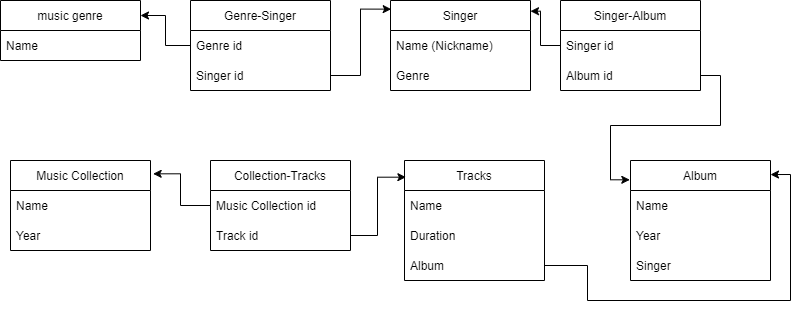
Earlier version of the draw.io export Database_Chart.png (Alex-Ul/Homework_Database). Source tidied: cells renumbered, new cells last; positions are measured from the earlier drawing's top-left corner, leaving out a move shared by most shapes.
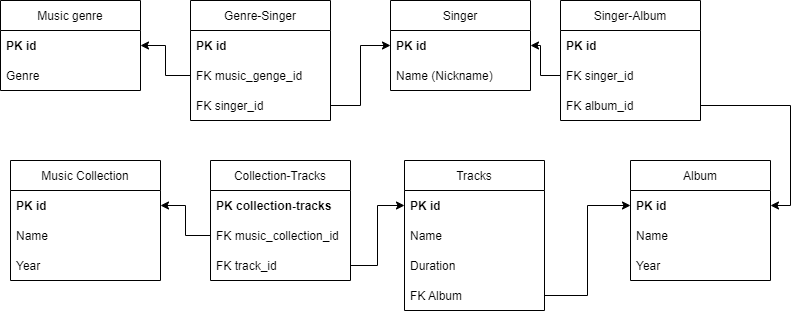
The same file after the commit.

Commit message:
Chart correction. Script added

Change to the diagram source:
```diff
@@ -5,98 +5,116 @@
     <mxCell id="2" value="Album" style="swimlane;fontStyle=0;horizontal=1;startSize=30;" parent="1" vertex="1">
       <mxGeometry x="630" y="160" width="140" height="120" as="geometry" />
     </mxCell>
-    <mxCell id="3" value="Name" style="text;strokeColor=none;fillColor=none;align=left;verticalAlign=middle;spacingLeft=4;spacingRight=4;overflow=hidden;points=[[0,0.5],[1,0.5]];portConstraint=eastwest;" parent="2" vertex="1">
+    <mxCell id="3" value="PK id" style="text;strokeColor=none;fillColor=none;align=left;verticalAlign=middle;spacingLeft=4;spacingRight=4;overflow=hidden;points=[[0,0.5],[1,0.5]];portConstraint=eastwest;fontStyle=1;" parent="2" vertex="1">
       <mxGeometry y="30" width="140" height="30" as="geometry" />
     </mxCell>
+    <mxCell id="34" value="Name" style="text;strokeColor=none;fillColor=none;align=left;verticalAlign=middle;spacingLeft=4;spacingRight=4;overflow=hidden;" parent="2" vertex="1">
+      <mxGeometry y="60" width="140" height="30" as="geometry" />
+    </mxCell>
     <mxCell id="4" value="Year" style="text;strokeColor=none;fillColor=none;align=left;verticalAlign=middle;spacingLeft=4;spacingRight=4;overflow=hidden;" parent="2" vertex="1">
-      <mxGeometry y="60" width="140" height="30" as="geometry" />
+      <mxGeometry y="90" width="140" height="30" as="geometry" />
     </mxCell>
-    <mxCell id="5" value="Singer" style="text;strokeColor=none;fillColor=none;align=left;verticalAlign=middle;spacingLeft=4;spacingRight=4;overflow=hidden;" parent="2" vertex="1">
-      <mxGeometry y="90" width="140" height="30" as="geometry" />
-    </mxCell>
-    <mxCell id="6" value="music genre" style="swimlane;fontStyle=0;horizontal=1;startSize=30;" parent="1" vertex="1">
-      <mxGeometry width="140" height="60" as="geometry" />
+    <mxCell id="6" value="Music genre" style="swimlane;fontStyle=0;horizontal=1;startSize=30;" parent="1" vertex="1">
+      <mxGeometry width="140" height="90" as="geometry" />
     </mxCell>
-    <mxCell id="7" value="Name" style="text;strokeColor=none;fillColor=none;align=left;verticalAlign=middle;spacingLeft=4;spacingRight=4;overflow=hidden;points=[[0,0.5],[1,0.5]];portConstraint=eastwest;" parent="6" vertex="1">
+    <mxCell id="7" value="PK id" style="text;strokeColor=none;fillColor=none;align=left;verticalAlign=middle;spacingLeft=4;spacingRight=4;overflow=hidden;points=[[0,0.5],[1,0.5]];portConstraint=eastwest;fontStyle=1;" parent="6" vertex="1">
       <mxGeometry y="30" width="140" height="30" as="geometry" />
     </mxCell>
+    <mxCell id="10" value="Genre" style="text;strokeColor=none;fillColor=none;align=left;verticalAlign=middle;spacingLeft=4;spacingRight=4;overflow=hidden;" parent="6" vertex="1">
+      <mxGeometry y="60" width="140" height="30" as="geometry" />
+    </mxCell>
     <mxCell id="8" value="Singer" style="swimlane;fontStyle=0;horizontal=1;startSize=30;" parent="1" vertex="1">
       <mxGeometry x="390" width="140" height="90" as="geometry" />
     </mxCell>
+    <mxCell id="35" value="PK id" style="text;strokeColor=none;fillColor=none;align=left;verticalAlign=middle;spacingLeft=4;spacingRight=4;overflow=hidden;points=[[0,0.5],[1,0.5]];portConstraint=eastwest;fontStyle=1;" parent="8" vertex="1">
+      <mxGeometry y="30" width="140" height="30" as="geometry" />
+    </mxCell>
     <mxCell id="9" value="Name (Nickname)" style="text;strokeColor=none;fillColor=none;align=left;verticalAlign=middle;spacingLeft=4;spacingRight=4;overflow=hidden;" parent="8" vertex="1">
-      <mxGeometry y="30" width="140" height="30" as="geometry" />
+      <mxGeometry y="60" width="140" height="30" as="geometry" />
     </mxCell>
-    <mxCell id="10" value="Genre" style="text;strokeColor=none;fillColor=none;align=left;verticalAlign=middle;spacingLeft=4;spacingRight=4;overflow=hidden;" parent="8" vertex="1">
-      <mxGeometry y="60" width="140" height="30" as="geometry" />
-    </mxCell>
     <mxCell id="11" value="Tracks" style="swimlane;fontStyle=0;horizontal=1;startSize=30;" parent="1" vertex="1">
-      <mxGeometry x="404" y="160" width="140" height="120" as="geometry" />
+      <mxGeometry x="404" y="160" width="140" height="150" as="geometry" />
     </mxCell>
-    <mxCell id="12" value="Name" style="text;strokeColor=none;fillColor=none;align=left;verticalAlign=middle;spacingLeft=4;spacingRight=4;overflow=hidden;points=[[0,0.5],[1,0.5]];portConstraint=eastwest;" parent="11" vertex="1">
+    <mxCell id="12" value="PK id" style="text;strokeColor=none;fillColor=none;align=left;verticalAlign=middle;spacingLeft=4;spacingRight=4;overflow=hidden;points=[[0,0.5],[1,0.5]];portConstraint=eastwest;fontStyle=1;" parent="11" vertex="1">
       <mxGeometry y="30" width="140" height="30" as="geometry" />
     </mxCell>
+    <mxCell id="36" value="Name" style="text;strokeColor=none;fillColor=none;align=left;verticalAlign=middle;spacingLeft=4;spacingRight=4;overflow=hidden;" parent="11" vertex="1">
+      <mxGeometry y="60" width="140" height="30" as="geometry" />
+    </mxCell>
     <mxCell id="13" value="Duration" style="text;strokeColor=none;fillColor=none;align=left;verticalAlign=middle;spacingLeft=4;spacingRight=4;overflow=hidden;" parent="11" vertex="1">
-      <mxGeometry y="60" width="140" height="30" as="geometry" />
+      <mxGeometry y="90" width="140" height="30" as="geometry" />
     </mxCell>
-    <mxCell id="14" value="Album" style="text;strokeColor=none;fillColor=none;align=left;verticalAlign=middle;spacingLeft=4;spacingRight=4;overflow=hidden;points=[[0,0.5],[1,0.5]];portConstraint=eastwest;" parent="11" vertex="1">
-      <mxGeometry y="90" width="140" height="30" as="geometry" />
+    <mxCell id="14" value="FK Album" style="text;strokeColor=none;fillColor=none;align=left;verticalAlign=middle;spacingLeft=4;spacingRight=4;overflow=hidden;points=[[0,0.5],[1,0.5]];portConstraint=eastwest;" parent="11" vertex="1">
+      <mxGeometry y="120" width="140" height="30" as="geometry" />
     </mxCell>
-    <mxCell id="15" style="edgeStyle=orthogonalEdgeStyle;rounded=0;jettySize=auto;html=1;entryX=1;entryY=0.117;entryDx=0;entryDy=0;entryPerimeter=0;" parent="1" edge="1" source="14" target="2">
-      <mxGeometry relative="1" as="geometry" />
-    </mxCell>
-    <mxCell id="16" style="edgeStyle=orthogonalEdgeStyle;rounded=0;jettySize=auto;html=1;entryX=1;entryY=0.25;entryDx=0;entryDy=0;" parent="1" edge="1" source="17" target="6">
-      <mxGeometry relative="1" as="geometry" />
-    </mxCell>
     <mxCell id="17" value="Genre-Singer" style="swimlane;fontStyle=0;horizontal=1;startSize=30;" parent="1" vertex="1">
-      <mxGeometry x="190" width="140" height="90" as="geometry" />
+      <mxGeometry x="190" width="140" height="120" as="geometry" />
     </mxCell>
+    <mxCell id="37" value="PK id" style="text;strokeColor=none;fillColor=none;align=left;verticalAlign=middle;spacingLeft=4;spacingRight=4;overflow=hidden;fontStyle=1;" parent="17" vertex="1">
+      <mxGeometry y="30" width="140" height="30" as="geometry" />
+    </mxCell>
-    <mxCell id="18" value="Genre id" style="text;strokeColor=none;fillColor=none;align=left;verticalAlign=middle;spacingLeft=4;spacingRight=4;overflow=hidden;points=[[0,0.5],[1,0.5]];portConstraint=eastwest;" parent="17" vertex="1">
-      <mxGeometry y="30" width="140" height="30" as="geometry" />
+    <mxCell id="18" value="FK music_genge_id" style="text;strokeColor=none;fillColor=none;align=left;verticalAlign=middle;spacingLeft=4;spacingRight=4;overflow=hidden;points=[[0,0.5],[1,0.5]];portConstraint=eastwest;" parent="17" vertex="1">
+      <mxGeometry y="60" width="140" height="30" as="geometry" />
     </mxCell>
-    <mxCell id="19" value="Singer id" style="text;strokeColor=none;fillColor=none;align=left;verticalAlign=middle;spacingLeft=4;spacingRight=4;overflow=hidden;points=[[0,0.5],[1,0.5]];portConstraint=eastwest;" parent="17" vertex="1">
-      <mxGeometry y="60" width="140" height="30" as="geometry" />
+    <mxCell id="19" value="FK singer_id" style="text;strokeColor=none;fillColor=none;align=left;verticalAlign=middle;spacingLeft=4;spacingRight=4;overflow=hidden;points=[[0,0.5],[1,0.5]];portConstraint=eastwest;" parent="17" vertex="1">
+      <mxGeometry y="90" width="140" height="30" as="geometry" />
     </mxCell>
-    <mxCell id="20" style="edgeStyle=orthogonalEdgeStyle;rounded=0;jettySize=auto;html=1;entryX=0.005;entryY=0.096;entryDx=0;entryDy=0;entryPerimeter=0;" parent="1" edge="1" source="19" target="8">
+    <mxCell id="20" style="edgeStyle=orthogonalEdgeStyle;rounded=0;jettySize=auto;html=1;entryX=0;entryY=0.5;entryDx=0;entryDy=0;" parent="1" edge="1" source="19" target="35">
       <mxGeometry relative="1" as="geometry" />
     </mxCell>
     <mxCell id="21" value="Singer-Album" style="swimlane;fontStyle=0;horizontal=1;startSize=30;" parent="1" vertex="1">
-      <mxGeometry x="560" width="140" height="90" as="geometry" />
+      <mxGeometry x="560" width="140" height="120" as="geometry" />
     </mxCell>
-    <mxCell id="22" value="Singer id" style="text;strokeColor=none;fillColor=none;align=left;verticalAlign=middle;spacingLeft=4;spacingRight=4;overflow=hidden;points=[[0,0.5],[1,0.5]];portConstraint=eastwest;" parent="21" vertex="1">
+    <mxCell id="22" value="PK id" style="text;strokeColor=none;fillColor=none;align=left;verticalAlign=middle;spacingLeft=4;spacingRight=4;overflow=hidden;points=[[0,0.5],[1,0.5]];portConstraint=eastwest;fontStyle=1;" parent="21" vertex="1">
       <mxGeometry y="30" width="140" height="30" as="geometry" />
     </mxCell>
+    <mxCell id="38" value="FK singer_id" style="text;strokeColor=none;fillColor=none;align=left;verticalAlign=middle;spacingLeft=4;spacingRight=4;overflow=hidden;points=[[0,0.5],[1,0.5]];portConstraint=eastwest;" parent="21" vertex="1">
+      <mxGeometry y="60" width="140" height="30" as="geometry" />
+    </mxCell>
-    <mxCell id="23" value="Album id" style="text;strokeColor=none;fillColor=none;align=left;verticalAlign=middle;spacingLeft=4;spacingRight=4;overflow=hidden;points=[[0,0.5],[1,0.5]];portConstraint=eastwest;" parent="21" vertex="1">
-      <mxGeometry y="60" width="140" height="30" as="geometry" />
+    <mxCell id="23" value="FK album_id" style="text;strokeColor=none;fillColor=none;align=left;verticalAlign=middle;spacingLeft=4;spacingRight=4;overflow=hidden;points=[[0,0.5],[1,0.5]];portConstraint=eastwest;" parent="21" vertex="1">
+      <mxGeometry y="90" width="140" height="30" as="geometry" />
     </mxCell>
-    <mxCell id="24" style="edgeStyle=orthogonalEdgeStyle;rounded=0;jettySize=auto;html=1;entryX=1;entryY=0.119;entryDx=0;entryDy=0;entryPerimeter=0;" parent="1" edge="1" source="22" target="8">
-      <mxGeometry relative="1" as="geometry" />
-    </mxCell>
-    <mxCell id="25" style="edgeStyle=orthogonalEdgeStyle;rounded=0;jettySize=auto;html=1;entryX=-0.005;entryY=0.161;entryDx=0;entryDy=0;entryPerimeter=0;" parent="1" edge="1" source="23" target="2">
-      <mxGeometry relative="1" as="geometry" />
-    </mxCell>
     <mxCell id="26" value="Music Collection" style="swimlane;fontStyle=0;horizontal=1;startSize=30;" parent="1" vertex="1">
-      <mxGeometry x="10" y="160" width="140" height="90" as="geometry" />
+      <mxGeometry x="10" y="160" width="150" height="120" as="geometry" />
     </mxCell>
-    <mxCell id="27" value="Name" style="text;strokeColor=none;fillColor=none;align=left;verticalAlign=middle;spacingLeft=4;spacingRight=4;overflow=hidden;points=[[0,0.5],[1,0.5]];portConstraint=eastwest;" parent="26" vertex="1">
-      <mxGeometry y="30" width="140" height="30" as="geometry" />
+    <mxCell id="27" value="PK id" style="text;strokeColor=none;fillColor=none;align=left;verticalAlign=middle;spacingLeft=4;spacingRight=4;overflow=hidden;points=[[0,0.5],[1,0.5]];portConstraint=eastwest;fontStyle=1;" parent="26" vertex="1">
+      <mxGeometry y="30" width="150" height="30" as="geometry" />
     </mxCell>
+    <mxCell id="39" value="Name" style="text;strokeColor=none;fillColor=none;align=left;verticalAlign=middle;spacingLeft=4;spacingRight=4;overflow=hidden;" parent="26" vertex="1">
+      <mxGeometry y="60" width="150" height="30" as="geometry" />
+    </mxCell>
     <mxCell id="28" value="Year" style="text;strokeColor=none;fillColor=none;align=left;verticalAlign=middle;spacingLeft=4;spacingRight=4;overflow=hidden;" parent="26" vertex="1">
-      <mxGeometry y="60" width="140" height="30" as="geometry" />
+      <mxGeometry y="90" width="150" height="30" as="geometry" />
     </mxCell>
     <mxCell id="29" value="Collection-Tracks" style="swimlane;fontStyle=0;horizontal=1;startSize=30;" parent="1" vertex="1">
-      <mxGeometry x="210" y="160" width="140" height="90" as="geometry" />
+      <mxGeometry x="210" y="160" width="140" height="120" as="geometry" />
     </mxCell>
-    <mxCell id="30" value="Music Collection id" style="text;strokeColor=none;fillColor=none;align=left;verticalAlign=middle;spacingLeft=4;spacingRight=4;overflow=hidden;points=[[0,0.5],[1,0.5]];portConstraint=eastwest;" parent="29" vertex="1">
+    <mxCell id="30" value="PK collection-tracks" style="text;strokeColor=none;fillColor=none;align=left;verticalAlign=middle;spacingLeft=4;spacingRight=4;overflow=hidden;points=[[0,0.5],[1,0.5]];portConstraint=eastwest;fontStyle=1;" parent="29" vertex="1">
       <mxGeometry y="30" width="140" height="30" as="geometry" />
     </mxCell>
+    <mxCell id="40" value="FK music_collection_id" style="text;strokeColor=none;fillColor=none;align=left;verticalAlign=middle;spacingLeft=4;spacingRight=4;overflow=hidden;points=[[0,0.5],[1,0.5]];portConstraint=eastwest;" parent="29" vertex="1">
+      <mxGeometry y="60" width="140" height="30" as="geometry" />
+    </mxCell>
-    <mxCell id="31" value="Track id" style="text;strokeColor=none;fillColor=none;align=left;verticalAlign=middle;spacingLeft=4;spacingRight=4;overflow=hidden;points=[[0,0.5],[1,0.5]];portConstraint=eastwest;" parent="29" vertex="1">
-      <mxGeometry y="60" width="140" height="30" as="geometry" />
+    <mxCell id="31" value="FK track_id" style="text;strokeColor=none;fillColor=none;align=left;verticalAlign=middle;spacingLeft=4;spacingRight=4;overflow=hidden;points=[[0,0.5],[1,0.5]];portConstraint=eastwest;" parent="29" vertex="1">
+      <mxGeometry y="90" width="140" height="30" as="geometry" />
     </mxCell>
-    <mxCell id="32" style="edgeStyle=orthogonalEdgeStyle;rounded=0;jettySize=auto;html=1;entryX=1.019;entryY=0.148;entryDx=0;entryDy=0;entryPerimeter=0;" parent="1" edge="1" source="30" target="26">
+    <mxCell id="32" style="edgeStyle=orthogonalEdgeStyle;rounded=0;jettySize=auto;html=1;entryX=1;entryY=0.5;entryDx=0;entryDy=0;exitX=0;exitY=0.5;exitDx=0;exitDy=0;" parent="1" edge="1" source="40" target="27">
       <mxGeometry relative="1" as="geometry" />
     </mxCell>
-    <mxCell id="33" style="edgeStyle=orthogonalEdgeStyle;rounded=0;jettySize=auto;html=1;entryX=0.01;entryY=0.139;entryDx=0;entryDy=0;entryPerimeter=0;" parent="1" edge="1" source="31" target="11">
+    <mxCell id="33" style="edgeStyle=orthogonalEdgeStyle;rounded=0;jettySize=auto;html=1;entryX=0;entryY=0.5;entryDx=0;entryDy=0;" parent="1" edge="1" source="31" target="12">
       <mxGeometry relative="1" as="geometry" />
     </mxCell>
+    <mxCell id="41" style="edgeStyle=orthogonalEdgeStyle;rounded=0;jettySize=auto;html=1;entryX=1;entryY=0.5;entryDx=0;entryDy=0;" parent="1" edge="1" source="18" target="7">
+      <mxGeometry relative="1" as="geometry" />
+    </mxCell>
+    <mxCell id="42" style="edgeStyle=orthogonalEdgeStyle;rounded=0;jettySize=auto;html=1;entryX=1;entryY=0.5;entryDx=0;entryDy=0;" parent="1" edge="1" source="38" target="35">
+      <mxGeometry relative="1" as="geometry" />
+    </mxCell>
+    <mxCell id="43" style="edgeStyle=orthogonalEdgeStyle;rounded=0;jettySize=auto;html=1;entryX=0;entryY=0.5;entryDx=0;entryDy=0;" parent="1" edge="1" source="14" target="3">
+      <mxGeometry relative="1" as="geometry" />
+    </mxCell>
+    <mxCell id="44" style="edgeStyle=orthogonalEdgeStyle;rounded=0;jettySize=auto;html=1;entryX=1;entryY=0.5;entryDx=0;entryDy=0;" parent="1" edge="1" source="23" target="3">
+      <mxGeometry relative="1" as="geometry" />
+    </mxCell>
   </root>
 </mxGraphModel>
```
